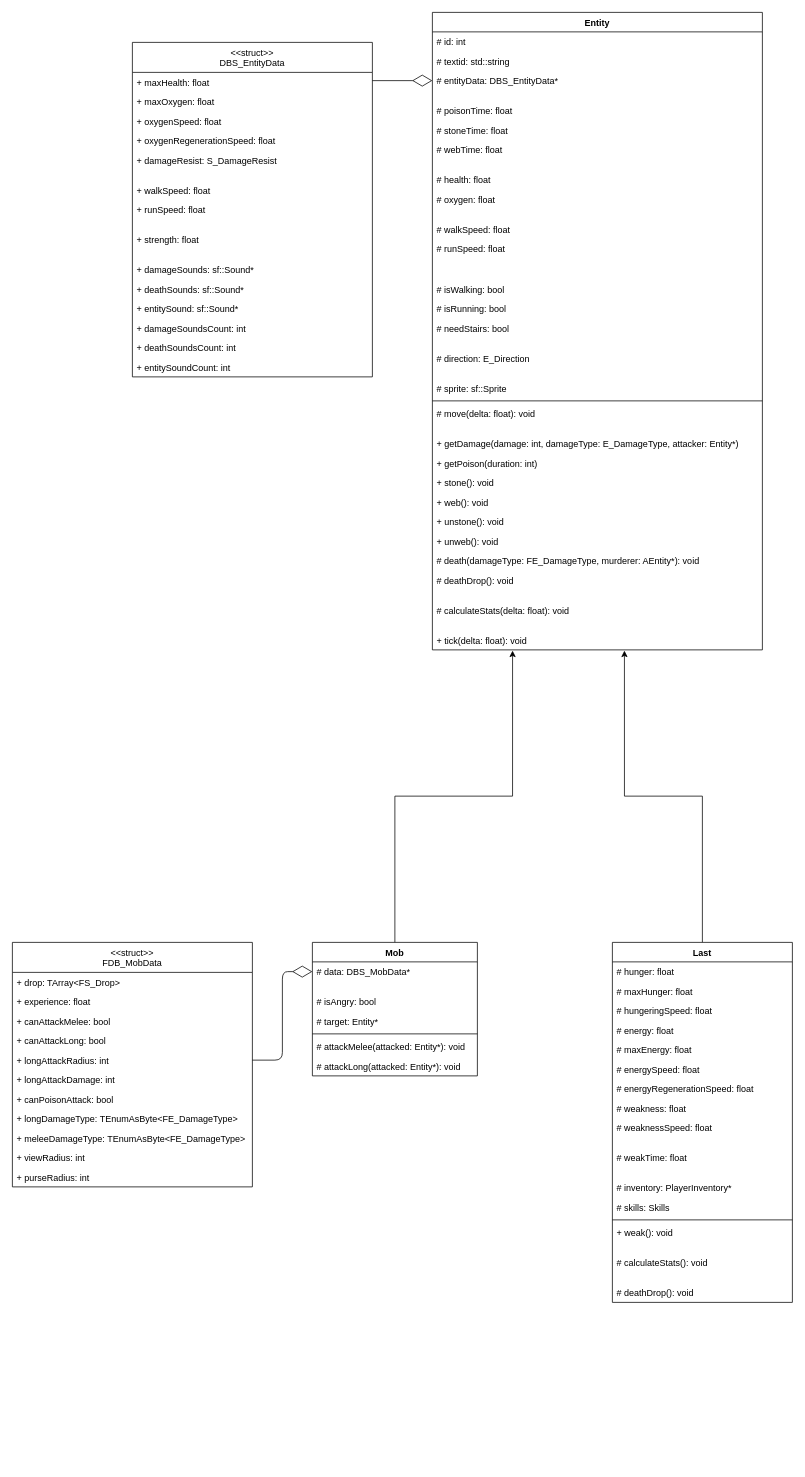
Earlier version of the draw.io diagram page "Entity" (1 of 3) of Classes.drawio (sqrt-of-minus-one/After_0). Source tidied: cells renumbered, new cells numbered last; positions are measured from the earlier drawing's top-left corner, leaving out a move shared by most shapes. Both pictures are drawn from the tidied source at 75%, with x=0, y=0 at pixel (12, 12).
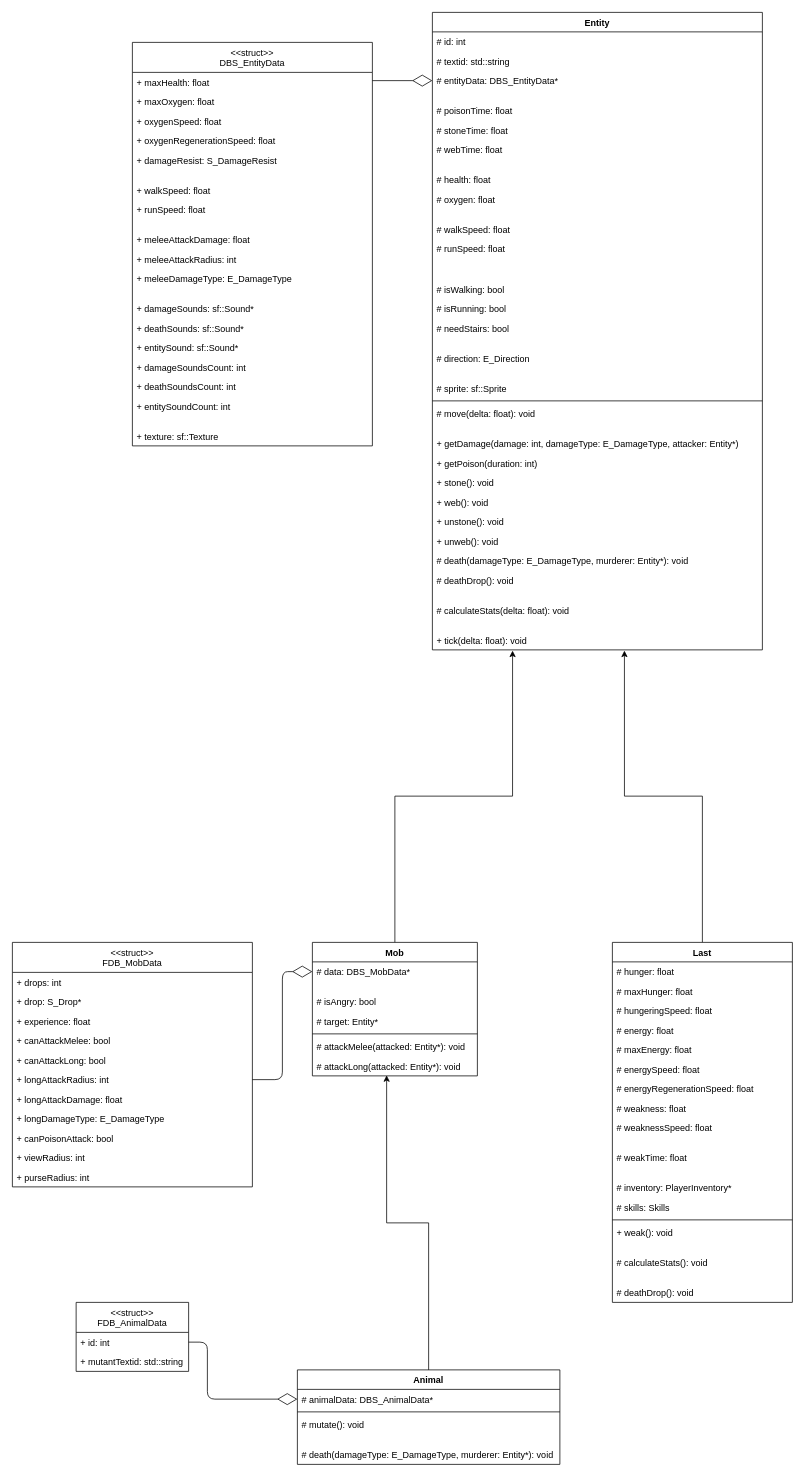
The same diagram, later.

The change refers to these unchanged cells:
```xml
<mxCell id="2" value="Entity" style="swimlane;fontStyle=1;align=center;verticalAlign=top;horizontal=1;startSize=26;" parent="1" vertex="1">
  <mxGeometry x="560" width="440" height="850" as="geometry" />
</mxCell>
<mxCell id="82" value="# data: DBS_MobData*" style="text;strokeColor=none;fillColor=none;align=left;verticalAlign=top;spacingLeft=4;spacingRight=4;overflow=hidden;points=[[0,0.5],[1,0.5]];portConstraint=eastwest;" parent="81" vertex="1">
  <mxGeometry y="26" width="220" height="26" as="geometry" />
</mxCell>
<mxCell id="88" value="# attackLong(attacked: Entity*): void" style="text;strokeColor=none;fillColor=none;align=left;verticalAlign=top;spacingLeft=4;spacingRight=4;overflow=hidden;points=[[0,0.5],[1,0.5]];portConstraint=eastwest;" parent="81" vertex="1">
  <mxGeometry y="152" width="220" height="26" as="geometry" />
</mxCell>
<mxCell id="89" value="&lt;&lt;struct&gt;&gt;&#10;FDB_MobData" style="swimlane;fontStyle=0;horizontal=1;startSize=40;fillColor=none;" parent="1" vertex="1">
  <mxGeometry y="1240" width="320" height="326" as="geometry" />
</mxCell>
```

Change to the diagram source:
```diff
@@
-    <mxCell id="34" value="# death(damageType: FE_DamageType, murderer: AEntity*): void" style="text;strokeColor=none;fillColor=none;align=left;verticalAlign=top;spacingLeft=4;spacingRight=4;overflow=hidden;" parent="2" vertex="1">
+    <mxCell id="34" value="# death(damageType: E_DamageType, murderer: Entity*): void" style="text;strokeColor=none;fillColor=none;align=left;verticalAlign=top;spacingLeft=4;spacingRight=4;overflow=hidden;" parent="2" vertex="1">
       <mxGeometry y="718" width="440" height="26" as="geometry" />
     </mxCell>
@@
     <mxCell id="41" value="&lt;&lt;struct&gt;&gt;&#10;DBS_EntityData" style="swimlane;fontStyle=0;horizontal=1;startSize=40;fillColor=none;" parent="1" vertex="1">
-      <mxGeometry x="160" y="40" width="320" height="446" as="geometry" />
+      <mxGeometry x="160" y="40" width="320" height="538" as="geometry" />
     </mxCell>
@@
-    <mxCell id="51" value="+ strength: float" style="text;strokeColor=none;fillColor=none;align=left;verticalAlign=top;spacingLeft=4;spacingRight=4;overflow=hidden;" parent="41" vertex="1">
+    <mxCell id="51" value="+ meleeAttackDamage: float" style="text;strokeColor=none;fillColor=none;align=left;verticalAlign=top;spacingLeft=4;spacingRight=4;overflow=hidden;" parent="41" vertex="1">
       <mxGeometry y="250" width="320" height="26" as="geometry" />
     </mxCell>
+    <mxCell id="103" value="+ meleeAttackRadius: int" style="text;strokeColor=none;fillColor=none;align=left;verticalAlign=top;spacingLeft=4;spacingRight=4;overflow=hidden;" parent="41" vertex="1">
+      <mxGeometry y="276" width="320" height="26" as="geometry" />
+    </mxCell>
+    <mxCell id="104" value="+ meleeDamageType: E_DamageType" style="text;strokeColor=none;fillColor=none;align=left;verticalAlign=top;spacingLeft=4;spacingRight=4;overflow=hidden;" parent="41" vertex="1">
+      <mxGeometry y="302" width="320" height="26" as="geometry" />
+    </mxCell>
     <mxCell id="52" style="text;strokeColor=none;fillColor=none;align=left;verticalAlign=middle;spacingTop=-1;spacingLeft=4;spacingRight=4;labelPosition=right;" parent="41" vertex="1">
-      <mxGeometry y="276" width="320" height="14" as="geometry" />
+      <mxGeometry y="328" width="320" height="14" as="geometry" />
     </mxCell>
     <mxCell id="53" value="+ damageSounds: sf::Sound*" style="text;strokeColor=none;fillColor=none;align=left;verticalAlign=top;spacingLeft=4;spacingRight=4;overflow=hidden;" parent="41" vertex="1">
-      <mxGeometry y="290" width="320" height="26" as="geometry" />
+      <mxGeometry y="342" width="320" height="26" as="geometry" />
     </mxCell>
     <mxCell id="54" value="+ deathSounds: sf::Sound*" style="text;strokeColor=none;fillColor=none;align=left;verticalAlign=top;spacingLeft=4;spacingRight=4;overflow=hidden;" parent="41" vertex="1">
-      <mxGeometry y="316" width="320" height="26" as="geometry" />
+      <mxGeometry y="368" width="320" height="26" as="geometry" />
     </mxCell>
     <mxCell id="55" value="+ entitySound: sf::Sound*" style="text;strokeColor=none;fillColor=none;align=left;verticalAlign=top;spacingLeft=4;spacingRight=4;overflow=hidden;" parent="41" vertex="1">
-      <mxGeometry y="342" width="320" height="26" as="geometry" />
+      <mxGeometry y="394" width="320" height="26" as="geometry" />
     </mxCell>
     <mxCell id="56" value="+ damageSoundsCount: int" style="text;strokeColor=none;fillColor=none;align=left;verticalAlign=top;spacingLeft=4;spacingRight=4;overflow=hidden;" parent="41" vertex="1">
-      <mxGeometry y="368" width="320" height="26" as="geometry" />
+      <mxGeometry y="420" width="320" height="26" as="geometry" />
     </mxCell>
     <mxCell id="57" value="+ deathSoundsCount: int" style="text;strokeColor=none;fillColor=none;align=left;verticalAlign=top;spacingLeft=4;spacingRight=4;overflow=hidden;" parent="41" vertex="1">
-      <mxGeometry y="394" width="320" height="26" as="geometry" />
+      <mxGeometry y="446" width="320" height="26" as="geometry" />
     </mxCell>
     <mxCell id="58" value="+ entitySoundCount: int" style="text;strokeColor=none;fillColor=none;align=left;verticalAlign=top;spacingLeft=4;spacingRight=4;overflow=hidden;" parent="41" vertex="1">
-      <mxGeometry y="420" width="320" height="26" as="geometry" />
+      <mxGeometry y="472" width="320" height="26" as="geometry" />
     </mxCell>
+    <mxCell id="105" style="text;strokeColor=none;fillColor=none;align=left;verticalAlign=middle;spacingTop=-1;spacingLeft=4;spacingRight=4;labelPosition=right;" parent="41" vertex="1">
+      <mxGeometry y="498" width="320" height="14" as="geometry" />
+    </mxCell>
+    <mxCell id="106" value="+ texture: sf::Texture" style="text;strokeColor=none;fillColor=none;align=left;verticalAlign=top;spacingLeft=4;spacingRight=4;overflow=hidden;" parent="41" vertex="1">
+      <mxGeometry y="512" width="320" height="26" as="geometry" />
+    </mxCell>
@@
+    <mxCell id="107" value="+ drops: int" style="text;strokeColor=none;fillColor=none;align=left;verticalAlign=top;spacingLeft=4;spacingRight=4;overflow=hidden;" parent="89" vertex="1">
+      <mxGeometry y="40" width="320" height="26" as="geometry" />
+    </mxCell>
-    <mxCell id="90" value="+ drop: TArray&lt;FS_Drop&gt;" style="text;strokeColor=none;fillColor=none;align=left;verticalAlign=top;spacingLeft=4;spacingRight=4;overflow=hidden;" parent="89" vertex="1">
-      <mxGeometry y="40" width="320" height="26" as="geometry" />
+    <mxCell id="90" value="+ drop: S_Drop*" style="text;strokeColor=none;fillColor=none;align=left;verticalAlign=top;spacingLeft=4;spacingRight=4;overflow=hidden;" parent="89" vertex="1">
+      <mxGeometry y="66" width="320" height="26" as="geometry" />
     </mxCell>
     <mxCell id="91" value="+ experience: float" style="text;strokeColor=none;fillColor=none;align=left;verticalAlign=top;spacingLeft=4;spacingRight=4;overflow=hidden;" parent="89" vertex="1">
-      <mxGeometry y="66" width="320" height="26" as="geometry" />
+      <mxGeometry y="92" width="320" height="26" as="geometry" />
     </mxCell>
     <mxCell id="92" value="+ canAttackMelee: bool" style="text;strokeColor=none;fillColor=none;align=left;verticalAlign=top;spacingLeft=4;spacingRight=4;overflow=hidden;" parent="89" vertex="1">
-      <mxGeometry y="92" width="320" height="26" as="geometry" />
+      <mxGeometry y="118" width="320" height="26" as="geometry" />
     </mxCell>
     <mxCell id="93" value="+ canAttackLong: bool" style="text;strokeColor=none;fillColor=none;align=left;verticalAlign=top;spacingLeft=4;spacingRight=4;overflow=hidden;" parent="89" vertex="1">
-      <mxGeometry y="118" width="320" height="26" as="geometry" />
+      <mxGeometry y="144" width="320" height="26" as="geometry" />
     </mxCell>
     <mxCell id="94" value="+ longAttackRadius: int" style="text;strokeColor=none;fillColor=none;align=left;verticalAlign=top;spacingLeft=4;spacingRight=4;overflow=hidden;points=[[0,0.5],[1,0.5]];portConstraint=eastwest;" parent="89" vertex="1">
-      <mxGeometry y="144" width="320" height="26" as="geometry" />
+      <mxGeometry y="170" width="320" height="26" as="geometry" />
     </mxCell>
-    <mxCell id="95" value="+ longAttackDamage: int" style="text;strokeColor=none;fillColor=none;align=left;verticalAlign=top;spacingLeft=4;spacingRight=4;overflow=hidden;" parent="89" vertex="1">
-      <mxGeometry y="170" width="320" height="26" as="geometry" />
+    <mxCell id="95" value="+ longAttackDamage: float" style="text;strokeColor=none;fillColor=none;align=left;verticalAlign=top;spacingLeft=4;spacingRight=4;overflow=hidden;" parent="89" vertex="1">
+      <mxGeometry y="196" width="320" height="26" as="geometry" />
     </mxCell>
+    <mxCell id="97" value="+ longDamageType: E_DamageType" style="text;strokeColor=none;fillColor=none;align=left;verticalAlign=top;spacingLeft=4;spacingRight=4;overflow=hidden;" parent="89" vertex="1">
+      <mxGeometry y="222" width="320" height="26" as="geometry" />
+    </mxCell>
     <mxCell id="96" value="+ canPoisonAttack: bool" style="text;strokeColor=none;fillColor=none;align=left;verticalAlign=top;spacingLeft=4;spacingRight=4;overflow=hidden;" parent="89" vertex="1">
-      <mxGeometry y="196" width="320" height="26" as="geometry" />
+      <mxGeometry y="248" width="320" height="26" as="geometry" />
     </mxCell>
-    <mxCell id="97" value="+ longDamageType: TEnumAsByte&lt;FE_DamageType&gt;" style="text;strokeColor=none;fillColor=none;align=left;verticalAlign=top;spacingLeft=4;spacingRight=4;overflow=hidden;" parent="89" vertex="1">
-      <mxGeometry y="222" width="320" height="26" as="geometry" />
-    </mxCell>
-    <mxCell id="98" value="+ meleeDamageType: TEnumAsByte&lt;FE_DamageType&gt;" style="text;strokeColor=none;fillColor=none;align=left;verticalAlign=top;spacingLeft=4;spacingRight=4;overflow=hidden;" parent="89" vertex="1">
-      <mxGeometry y="248" width="320" height="26" as="geometry" />
-    </mxCell>
@@
     <mxCell id="101" style="endArrow=diamondThin;endFill=0;endSize=24;html=1;exitX=1;exitY=0.5;exitDx=0;exitDy=0;entryX=0;entryY=0.5;entryDx=0;entryDy=0;" parent="1" edge="1" source="94" target="82">
       <mxGeometry relative="1" as="geometry">
         <Array as="points">
-          <mxPoint x="360" y="1397" />
+          <mxPoint x="360" y="1423" />
           <mxPoint x="360" y="1279" />
         </Array>
       </mxGeometry>
     </mxCell>
@@
+    <mxCell id="108" style="edgeStyle=orthogonalEdgeStyle;rounded=0;jettySize=auto;html=1;exitX=0.5;exitY=0;exitDx=0;exitDy=0;entryX=0.45;entryY=0.971;entryDx=0;entryDy=0;entryPerimeter=0;" parent="1" edge="1" source="109" target="88">
+      <mxGeometry relative="1" as="geometry" />
+    </mxCell>
+    <mxCell id="109" value="Animal" style="swimlane;fontStyle=1;align=center;verticalAlign=top;horizontal=1;startSize=26;" parent="1" vertex="1">
+      <mxGeometry x="380" y="1810" width="350" height="126" as="geometry" />
+    </mxCell>
+    <mxCell id="110" value="# animalData: DBS_AnimalData*" style="text;strokeColor=none;fillColor=none;align=left;verticalAlign=top;spacingLeft=4;spacingRight=4;overflow=hidden;points=[[0,0.5],[1,0.5]];portConstraint=eastwest;" parent="109" vertex="1">
+      <mxGeometry y="26" width="350" height="26" as="geometry" />
+    </mxCell>
+    <mxCell id="111" style="line;strokeWidth=1;fillColor=none;align=left;verticalAlign=middle;spacingTop=-1;spacingLeft=3;spacingRight=3;labelPosition=right;" parent="109" vertex="1">
+      <mxGeometry y="52" width="350" height="8" as="geometry" />
+    </mxCell>
+    <mxCell id="112" value="# mutate(): void" style="text;strokeColor=none;fillColor=none;align=left;verticalAlign=top;spacingLeft=4;spacingRight=4;overflow=hidden;" parent="109" vertex="1">
+      <mxGeometry y="60" width="350" height="26" as="geometry" />
+    </mxCell>
+    <mxCell id="113" style="text;strokeColor=none;fillColor=none;align=left;verticalAlign=middle;spacingTop=-1;spacingLeft=4;spacingRight=4;labelPosition=right;" parent="109" vertex="1">
+      <mxGeometry y="86" width="350" height="14" as="geometry" />
+    </mxCell>
+    <mxCell id="114" value="# death(damageType: E_DamageType, murderer: Entity*): void" style="text;strokeColor=none;fillColor=none;align=left;verticalAlign=top;spacingLeft=4;spacingRight=4;overflow=hidden;" parent="109" vertex="1">
+      <mxGeometry y="100" width="350" height="26" as="geometry" />
+    </mxCell>
+    <mxCell id="115" style="endArrow=diamondThin;endFill=0;endSize=24;html=1;entryX=0;entryY=0.5;entryDx=0;entryDy=0;exitX=1;exitY=0.5;exitDx=0;exitDy=0;" parent="1" edge="1" source="117" target="110">
+      <mxGeometry relative="1" as="geometry">
+        <Array as="points">
+          <mxPoint x="260" y="1773" />
+          <mxPoint x="260" y="1849" />
+        </Array>
+      </mxGeometry>
+    </mxCell>
+    <mxCell id="116" value="&lt;&lt;struct&gt;&gt;&#10;FDB_AnimalData" style="swimlane;fontStyle=0;horizontal=1;startSize=40;fillColor=none;" parent="1" vertex="1">
+      <mxGeometry x="85" y="1720" width="150" height="92" as="geometry" />
+    </mxCell>
+    <mxCell id="117" value="+ id: int" style="text;strokeColor=none;fillColor=none;align=left;verticalAlign=top;spacingLeft=4;spacingRight=4;overflow=hidden;points=[[0,0.5],[1,0.5]];portConstraint=eastwest;" parent="116" vertex="1">
+      <mxGeometry y="40" width="150" height="26" as="geometry" />
+    </mxCell>
+    <mxCell id="118" value="+ mutantTextid: std::string" style="text;strokeColor=none;fillColor=none;align=left;verticalAlign=top;spacingLeft=4;spacingRight=4;overflow=hidden;" parent="116" vertex="1">
+      <mxGeometry y="66" width="150" height="26" as="geometry" />
+    </mxCell>
```
